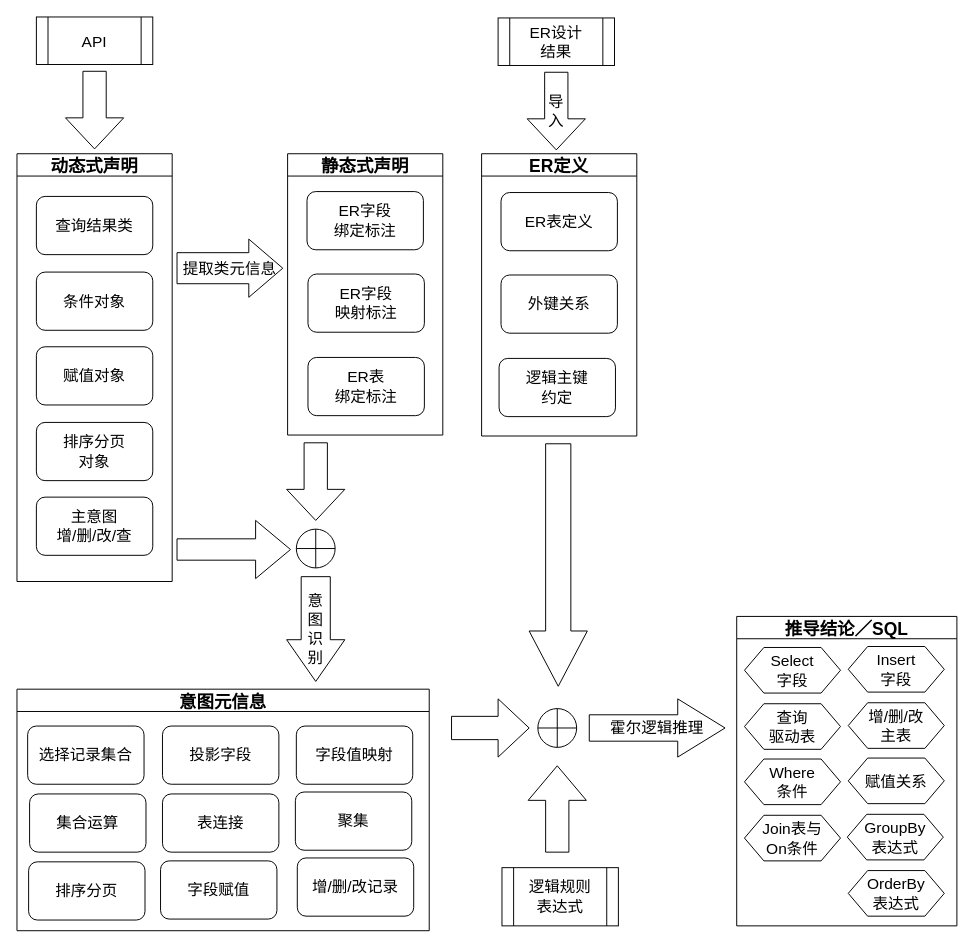
Earlier version of the draw.io diagram page "推导原理示意图" (1 of 2) of SQL生成.drawio (tenyks/activiti-demo). Source tidied: cells renumbered, new cells numbered last; positions are measured from the earlier drawing's top-left corner, leaving out a move shared by most shapes. Both pictures are drawn from the tidied source at 97%, with x=0, y=0 at pixel (16, 16).
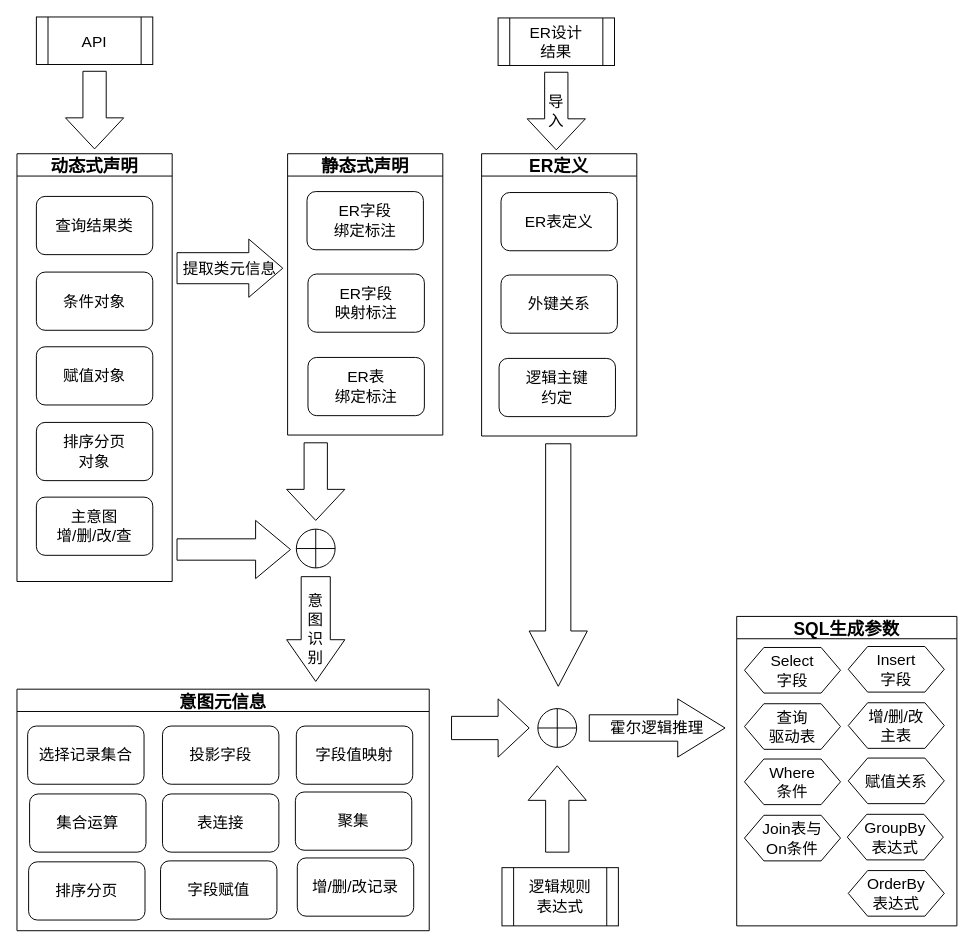
The same page after the edit.

Change to the diagram source:
```diff
@@
-    <mxCell id="17" value="推导结论／SQL" style="swimlane;fontSize=18;" parent="1" vertex="1">
+    <mxCell id="17" value="SQL生成参数" style="swimlane;fontSize=18;" parent="1" vertex="1">
       <mxGeometry x="742" y="618" width="227" height="319" as="geometry" />
     </mxCell>
```
